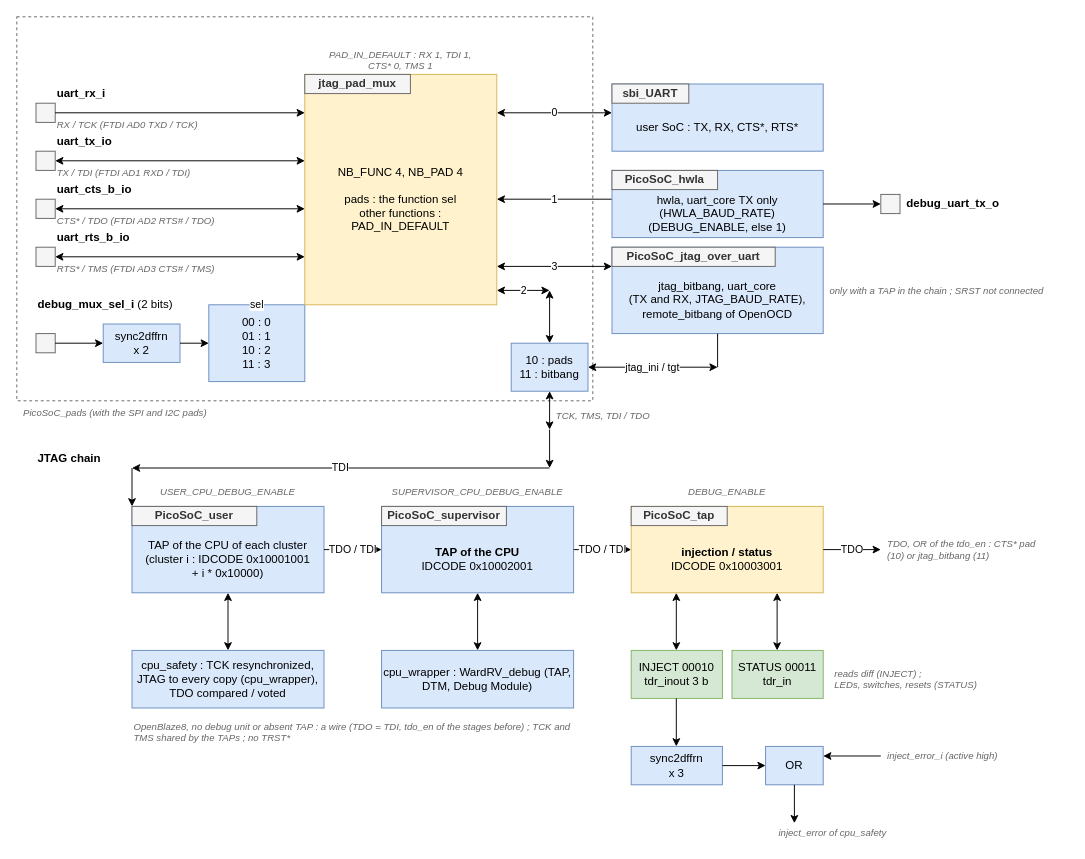
Earlier version of the draw.io diagram page "jtag" (4 of 4) of doc/picosoc.drawio (deuskane/asylum-soc-picosoc). Source tidied: cells renumbered, new cells numbered last; positions are measured from the earlier drawing's top-left corner, leaving out a move shared by most shapes. Both pictures are drawn from the tidied source at 96%, with x=0, y=0 at pixel (16, 16).
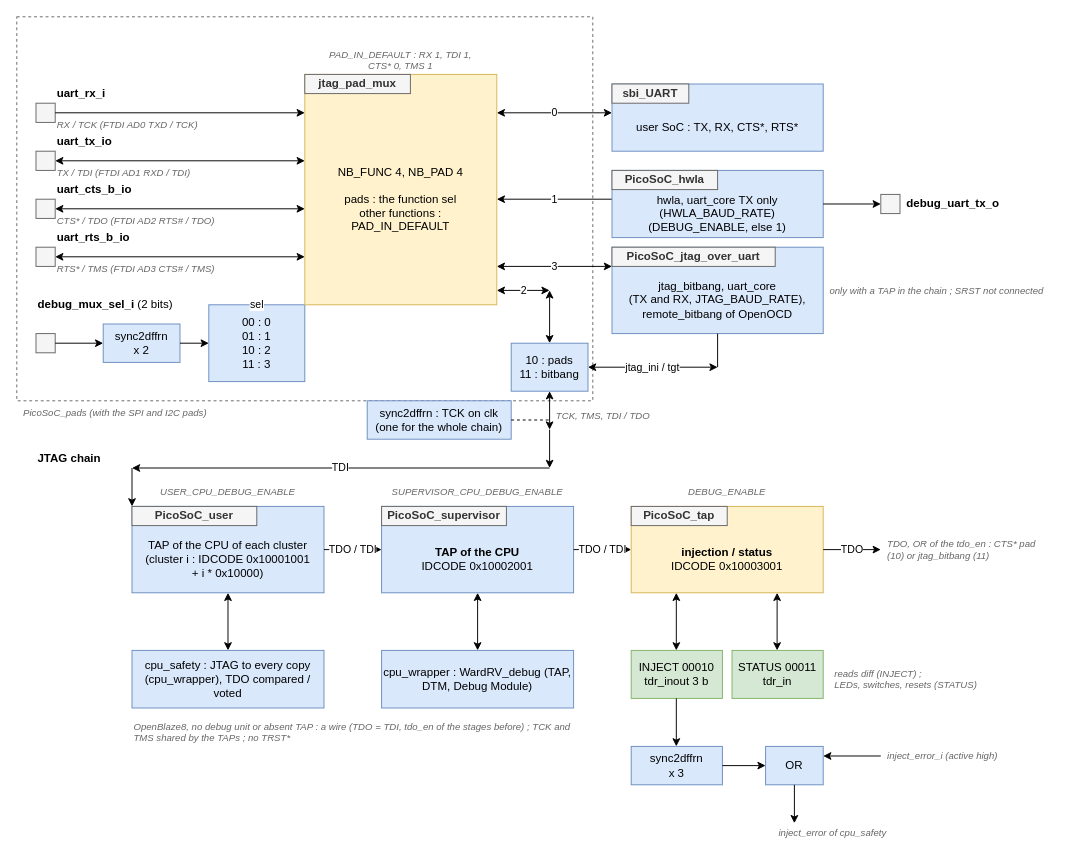
The same page after the edit.

Diff of the diagram source:
```diff
@@
+    <mxCell id="93" value="sync2dffrn : TCK on clk&lt;br&gt;(one for the whole chain)" style="rounded=0;whiteSpace=wrap;html=1;fillColor=#dae8fc;strokeColor=#6c8ebf;" parent="1" vertex="1">
+      <mxGeometry x="365" y="400" width="150" height="40" as="geometry" />
+    </mxCell>
+    <mxCell id="94" style="edgeStyle=orthogonalEdgeStyle;rounded=0;html=1;endArrow=none;startArrow=none;dashed=1;" parent="1" edge="1">
+      <mxGeometry relative="1" as="geometry">
+        <mxPoint x="515" y="420" as="sourcePoint" />
+        <mxPoint x="555" y="420" as="targetPoint" />
+      </mxGeometry>
+    </mxCell>
@@
-    <mxCell id="76" value="cpu_safety : TCK resynchronized, JTAG to every copy (cpu_wrapper), TDO compared / voted" style="rounded=0;whiteSpace=wrap;html=1;fillColor=#dae8fc;strokeColor=#6c8ebf;" parent="1" vertex="1">
+    <mxCell id="76" value="cpu_safety : JTAG to every copy (cpu_wrapper), TDO compared / voted" style="rounded=0;whiteSpace=wrap;html=1;fillColor=#dae8fc;strokeColor=#6c8ebf;" parent="1" vertex="1">
       <mxGeometry x="120" y="660" width="200" height="60" as="geometry" />
     </mxCell>
```
